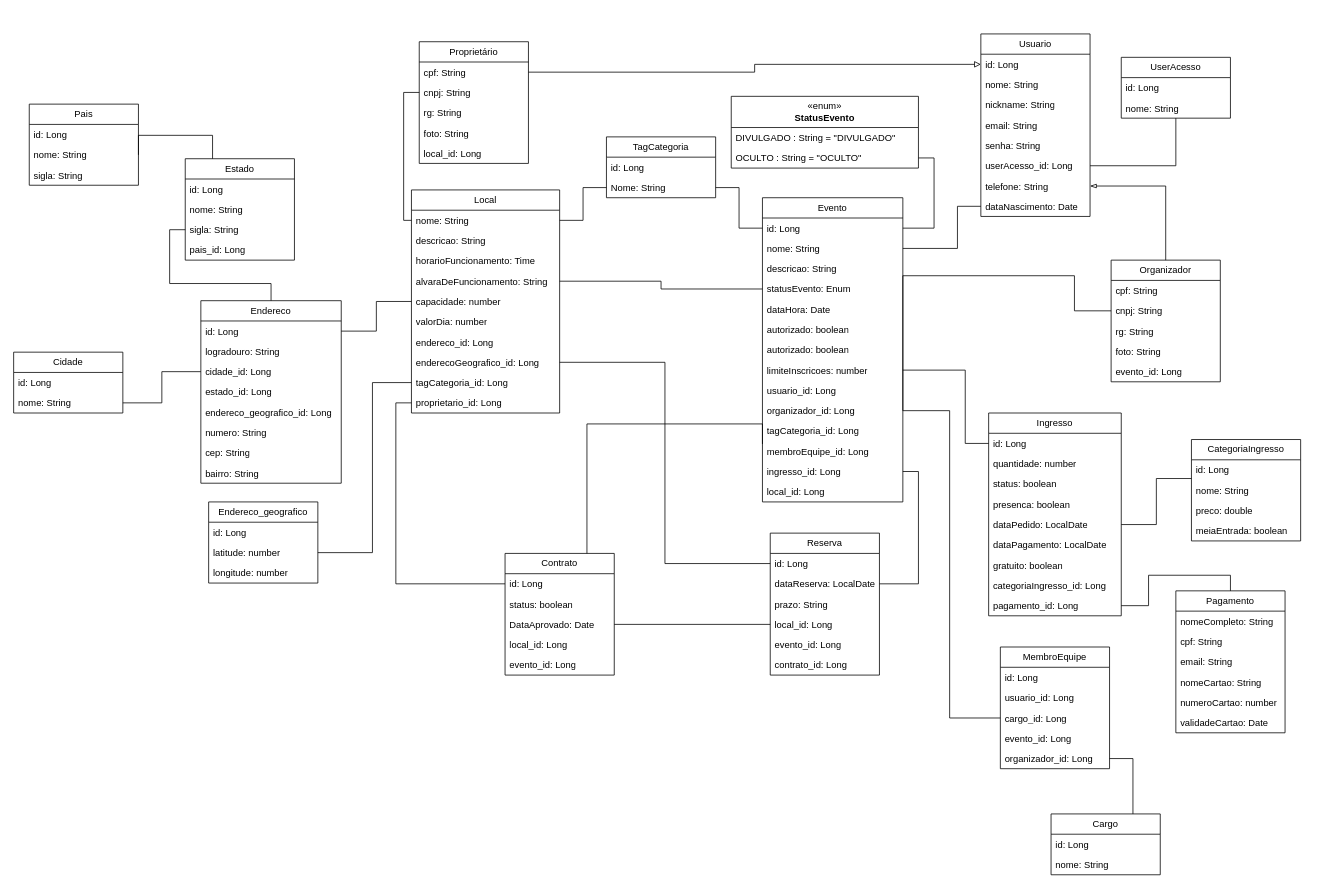
The draw.io diagram DiagramaDeClassesPokando.drawio in ChumeLabs-Pokando/Pokando, before the edit. Source tidied: cells renumbered, new cells numbered last; positions are measured from the earlier drawing's top-left corner, leaving out a move shared by most shapes. Both pictures are drawn from the tidied source at 78%, with x=0, y=0 at pixel (13, 34).
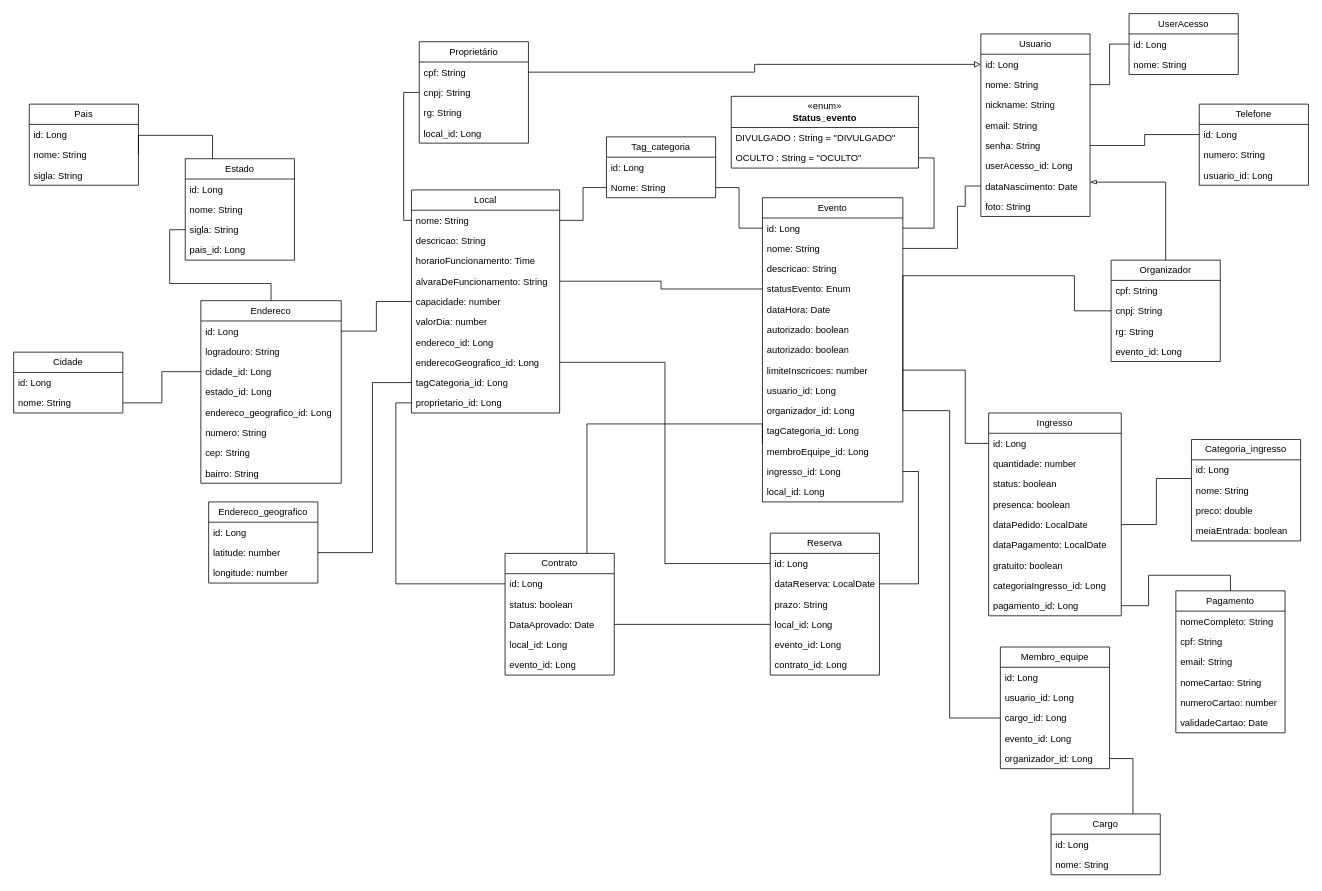
The same diagram, later.

Commit message:
telefone e snackecase

Unchanged cells that the change refers to:
```xml
<mxCell id="2" value="Usuario" style="swimlane;fontStyle=0;horizontal=1;startSize=26;fillColor=none;whiteSpace=wrap;html=1;" parent="1" vertex="1">
  <mxGeometry x="1240" width="140" height="234" as="geometry" />
</mxCell>
<mxCell id="4" value="nome: String" style="text;strokeColor=none;fillColor=none;align=left;verticalAlign=top;spacingLeft=4;spacingRight=4;overflow=hidden;points=[[0,0.5],[1,0.5]];portConstraint=eastwest;whiteSpace=wrap;html=1;" parent="2" vertex="1">
  <mxGeometry y="52" width="140" height="26" as="geometry" />
</mxCell>
<mxCell id="7" value="senha: String&lt;span style=&quot;white-space: pre;&quot;&gt;&#9;&lt;/span&gt;" style="text;strokeColor=none;fillColor=none;align=left;verticalAlign=top;spacingLeft=4;spacingRight=4;overflow=hidden;points=[[0,0.5],[1,0.5]];portConstraint=eastwest;whiteSpace=wrap;html=1;" parent="2" vertex="1">
  <mxGeometry y="130" width="140" height="26" as="geometry" />
</mxCell>
<mxCell id="8" value="userAcesso_id: Long" style="text;strokeColor=none;fillColor=none;align=left;verticalAlign=top;spacingLeft=4;spacingRight=4;overflow=hidden;points=[[0,0.5],[1,0.5]];portConstraint=eastwest;whiteSpace=wrap;html=1;" parent="2" vertex="1">
  <mxGeometry y="156" width="140" height="26" as="geometry" />
</mxCell>
<mxCell id="86" value="nome: String" style="text;strokeColor=none;fillColor=none;align=left;verticalAlign=top;spacingLeft=4;spacingRight=4;overflow=hidden;points=[[0,0.5],[1,0.5]];portConstraint=eastwest;whiteSpace=wrap;html=1;" parent="84" vertex="1">
  <mxGeometry y="52" width="180" height="26" as="geometry" />
</mxCell>
```

What changed in the source:
```diff
@@
-    <mxCell id="9" value="telefone: String" style="text;strokeColor=none;fillColor=none;align=left;verticalAlign=top;spacingLeft=4;spacingRight=4;overflow=hidden;points=[[0,0.5],[1,0.5]];portConstraint=eastwest;whiteSpace=wrap;html=1;" parent="2" vertex="1">
-      <mxGeometry y="182" width="140" height="26" as="geometry" />
-    </mxCell>
     <mxCell id="10" value="dataNascimento: Date" style="text;strokeColor=none;fillColor=none;align=left;verticalAlign=top;spacingLeft=4;spacingRight=4;overflow=hidden;points=[[0,0.5],[1,0.5]];portConstraint=eastwest;whiteSpace=wrap;html=1;" parent="2" vertex="1">
-      <mxGeometry y="208" width="140" height="26" as="geometry" />
+      <mxGeometry y="182" width="140" height="26" as="geometry" />
     </mxCell>
+    <mxCell id="152" value="foto: String" style="text;strokeColor=none;fillColor=none;align=left;verticalAlign=top;spacingLeft=4;spacingRight=4;overflow=hidden;whiteSpace=wrap;html=1;" parent="2" vertex="1">
+      <mxGeometry y="208" width="140" height="26" as="geometry" />
+    </mxCell>
     <mxCell id="11" value="Proprietário" style="swimlane;fontStyle=0;horizontal=1;startSize=26;fillColor=none;whiteSpace=wrap;html=1;" parent="1" vertex="1">
-      <mxGeometry x="520" y="10" width="140" height="156" as="geometry" />
+      <mxGeometry x="520" y="10" width="140" height="130" as="geometry" />
     </mxCell>
@@
-    <mxCell id="15" value="foto&lt;span style=&quot;background-color: transparent; color: light-dark(rgb(0, 0, 0), rgb(255, 255, 255));&quot;&gt;: String&lt;/span&gt;" style="text;strokeColor=none;fillColor=none;align=left;verticalAlign=top;spacingLeft=4;spacingRight=4;overflow=hidden;whiteSpace=wrap;html=1;" parent="11" vertex="1">
-      <mxGeometry y="104" width="140" height="26" as="geometry" />
-    </mxCell>
     <mxCell id="16" value="local_id: Long" style="text;strokeColor=none;fillColor=none;align=left;verticalAlign=top;spacingLeft=4;spacingRight=4;overflow=hidden;whiteSpace=wrap;html=1;" parent="11" vertex="1">
-      <mxGeometry y="130" width="140" height="26" as="geometry" />
+      <mxGeometry y="104" width="140" height="26" as="geometry" />
     </mxCell>
-    <mxCell id="17" style="edgeStyle=orthogonalEdgeStyle;rounded=0;jettySize=auto;html=1;exitX=0.5;exitY=0;exitDx=0;exitDy=0;entryX=1;entryY=0.5;entryDx=0;entryDy=0;endArrow=blockThin;endFill=0;" parent="1" edge="1" source="18" target="9">
-      <mxGeometry relative="1" as="geometry" />
+    <mxCell id="17" style="edgeStyle=orthogonalEdgeStyle;rounded=0;jettySize=auto;html=1;exitX=0.5;exitY=0;exitDx=0;exitDy=0;endArrow=blockThin;endFill=0;" parent="1" edge="1" source="18">
+      <mxGeometry relative="1" as="geometry">
+        <mxPoint x="1380" y="190" as="targetPoint" />
+        <Array as="points">
+          <mxPoint x="1477" y="190" />
+          <mxPoint x="1380" y="190" />
+        </Array>
+      </mxGeometry>
     </mxCell>
     <mxCell id="18" value="Organizador" style="swimlane;fontStyle=0;horizontal=1;startSize=26;fillColor=none;whiteSpace=wrap;html=1;" parent="1" vertex="1">
-      <mxGeometry x="1407" y="290" width="140" height="156" as="geometry" />
+      <mxGeometry x="1407" y="290" width="140" height="130" as="geometry" />
     </mxCell>
@@
-    <mxCell id="22" value="foto&lt;span style=&quot;background-color: transparent; color: light-dark(rgb(0, 0, 0), rgb(255, 255, 255));&quot;&gt;: String&lt;/span&gt;" style="text;strokeColor=none;fillColor=none;align=left;verticalAlign=top;spacingLeft=4;spacingRight=4;overflow=hidden;whiteSpace=wrap;html=1;" parent="18" vertex="1">
-      <mxGeometry y="104" width="140" height="26" as="geometry" />
-    </mxCell>
     <mxCell id="23" value="evento_id: Long" style="text;strokeColor=none;fillColor=none;align=left;verticalAlign=top;spacingLeft=4;spacingRight=4;overflow=hidden;whiteSpace=wrap;html=1;" parent="18" vertex="1">
-      <mxGeometry y="130" width="140" height="26" as="geometry" />
+      <mxGeometry y="104" width="140" height="26" as="geometry" />
     </mxCell>
@@
-    <mxCell id="37" value="MembroEquipe" style="swimlane;fontStyle=0;horizontal=1;startSize=26;fillColor=none;whiteSpace=wrap;html=1;" parent="1" vertex="1">
+    <mxCell id="37" value="Membro_equipe" style="swimlane;fontStyle=0;horizontal=1;startSize=26;fillColor=none;whiteSpace=wrap;html=1;" parent="1" vertex="1">
       <mxGeometry x="1265" y="786" width="140" height="156" as="geometry" />
     </mxCell>
@@
-    <mxCell id="57" value="CategoriaIngresso" style="swimlane;fontStyle=0;horizontal=1;startSize=26;fillColor=none;whiteSpace=wrap;html=1;" parent="1" vertex="1">
+    <mxCell id="57" value="Categoria_ingresso" style="swimlane;fontStyle=0;horizontal=1;startSize=26;fillColor=none;whiteSpace=wrap;html=1;" parent="1" vertex="1">
       <mxGeometry x="1510" y="520" width="140" height="130" as="geometry" />
     </mxCell>
@@
-    <mxCell id="110" value="TagCategoria" style="swimlane;fontStyle=0;horizontal=1;startSize=26;fillColor=none;whiteSpace=wrap;html=1;" parent="1" vertex="1">
+    <mxCell id="110" value="Tag_categoria" style="swimlane;fontStyle=0;horizontal=1;startSize=26;fillColor=none;whiteSpace=wrap;html=1;" parent="1" vertex="1">
       <mxGeometry x="760" y="132" width="140" height="78" as="geometry" />
     </mxCell>
@@
-    <mxCell id="113" value="«enum»&lt;br&gt;&lt;b&gt;StatusEvento&lt;/b&gt;" style="swimlane;fontStyle=0;horizontal=1;startSize=40;fillColor=none;whiteSpace=wrap;html=1;" parent="1" vertex="1">
+    <mxCell id="113" value="«enum»&lt;br&gt;&lt;b&gt;Status_evento&lt;/b&gt;" style="swimlane;fontStyle=0;horizontal=1;startSize=40;fillColor=none;whiteSpace=wrap;html=1;" parent="1" vertex="1">
       <mxGeometry x="920" y="80" width="240" height="92" as="geometry" />
     </mxCell>
@@
-    <mxCell id="116" style="edgeStyle=orthogonalEdgeStyle;rounded=0;jettySize=auto;html=1;endArrow=none;startFill=0;entryX=1;entryY=0.5;entryDx=0;entryDy=0;" parent="1" edge="1" source="117" target="8">
+    <mxCell id="116" style="edgeStyle=orthogonalEdgeStyle;rounded=0;jettySize=auto;html=1;endArrow=none;startFill=0;entryX=1;entryY=0.5;entryDx=0;entryDy=0;" parent="1" edge="1" source="117" target="4">
       <mxGeometry relative="1" as="geometry" />
     </mxCell>
     <mxCell id="117" value="UserAcesso" style="swimlane;fontStyle=0;horizontal=1;startSize=26;fillColor=none;whiteSpace=wrap;html=1;" parent="1" vertex="1">
-      <mxGeometry x="1420" y="30" width="140" height="78" as="geometry" />
+      <mxGeometry x="1430" y="-26" width="140" height="78" as="geometry" />
     </mxCell>
@@
     <mxCell id="132" style="edgeStyle=orthogonalEdgeStyle;rounded=0;jettySize=auto;html=1;exitX=0;exitY=0.5;exitDx=0;exitDy=0;entryX=1;entryY=0.5;entryDx=0;entryDy=0;endArrow=none;startFill=0;" parent="1" edge="1" source="10" target="86">
       <mxGeometry relative="1" as="geometry">
         <Array as="points">
+          <mxPoint x="1220" y="195" />
+          <mxPoint x="1220" y="221" />
           <mxPoint x="1210" y="221" />
           <mxPoint x="1210" y="275" />
         </Array>
       </mxGeometry>
     </mxCell>
@@
+    <mxCell id="153" value="Telefone" style="swimlane;fontStyle=0;horizontal=1;startSize=26;fillColor=none;whiteSpace=wrap;html=1;" parent="1" vertex="1">
+      <mxGeometry x="1520" y="90" width="140" height="104" as="geometry" />
+    </mxCell>
+    <mxCell id="154" value="id: Long" style="text;strokeColor=none;fillColor=none;align=left;verticalAlign=top;spacingLeft=4;spacingRight=4;overflow=hidden;points=[[0,0.5],[1,0.5]];portConstraint=eastwest;whiteSpace=wrap;html=1;" parent="153" vertex="1">
+      <mxGeometry y="26" width="140" height="26" as="geometry" />
+    </mxCell>
+    <mxCell id="155" value="numero: String" style="text;strokeColor=none;fillColor=none;align=left;verticalAlign=top;spacingLeft=4;spacingRight=4;overflow=hidden;whiteSpace=wrap;html=1;" parent="153" vertex="1">
+      <mxGeometry y="52" width="140" height="26" as="geometry" />
+    </mxCell>
+    <mxCell id="156" value="usuario_id: Long" style="text;strokeColor=none;fillColor=none;align=left;verticalAlign=top;spacingLeft=4;spacingRight=4;overflow=hidden;whiteSpace=wrap;html=1;" parent="153" vertex="1">
+      <mxGeometry y="78" width="140" height="26" as="geometry" />
+    </mxCell>
+    <mxCell id="157" style="edgeStyle=orthogonalEdgeStyle;rounded=0;jettySize=auto;html=1;endArrow=none;startFill=0;entryX=1;entryY=0.5;entryDx=0;entryDy=0;exitX=0;exitY=0.5;exitDx=0;exitDy=0;" parent="1" edge="1" source="154" target="7">
+      <mxGeometry relative="1" as="geometry" />
+    </mxCell>
```
